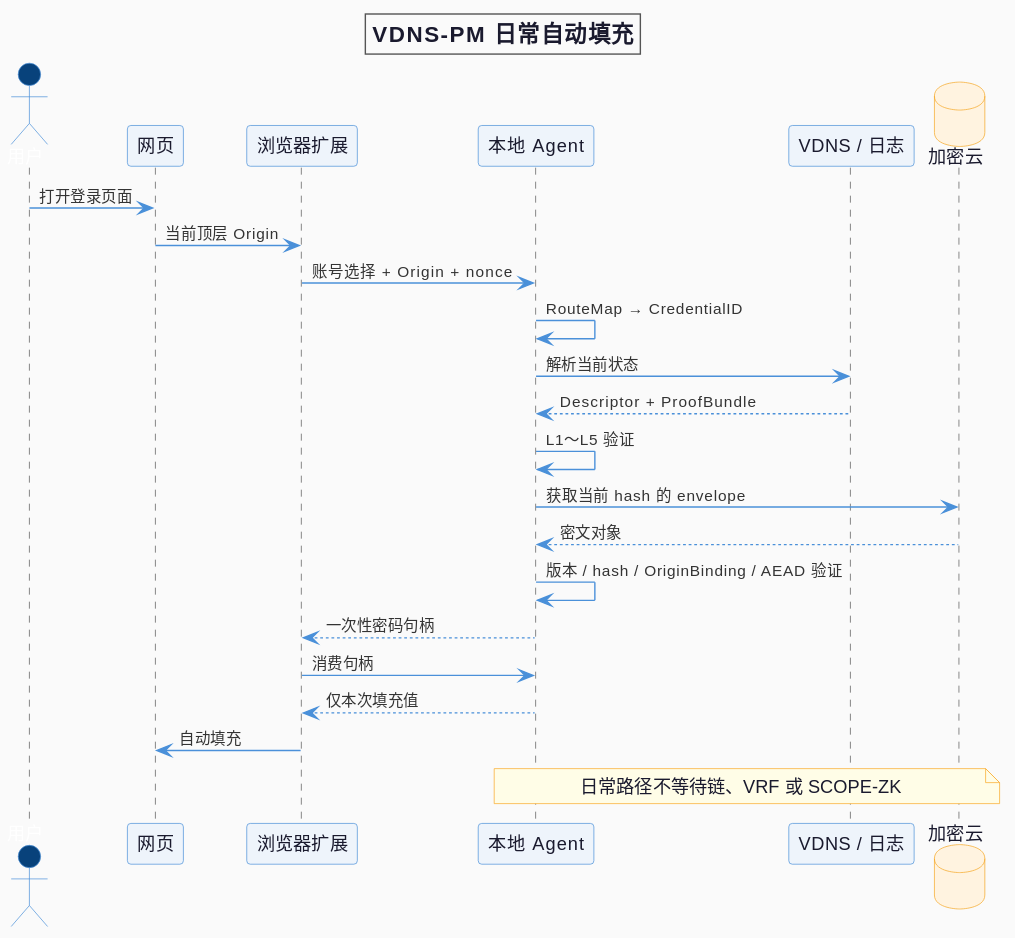
Above: docs/diagrams/autofill-sequence/rendered.svg in lwcyyk/biyesheji (PlantUML), before the change. Source of this version:
```plantuml
@startuml
<style>
root {
  FontName Arial
  FontSize 13
  BackgroundColor #FAFAFA
  LineColor #555555
}
title {
  FontSize 16
  FontStyle bold
  FontColor #1A1A2E
}
arrow {
  LineColor #4A90D9
  FontColor #333333
  FontSize 11
}
actor {
  BackGroundColor #08427B
  LineColor #4A90D9
  FontColor #FFFFFF
}
participant {
  BackGroundColor #EEF4FB
  LineColor #4A90D9
  FontColor #1A1A2E
}
database {
  BackGroundColor #FFF3E0
  LineColor #F5A623
  FontColor #1A1A2E
}
note {
  BackGroundColor #FFFDE7
  LineColor #F9A825
  FontColor #1A1A2E
}
</style>

title VDNS-PM 日常自动填充

actor 用户 as User
participant 网页 as Web
participant 浏览器扩展 as Extension
participant "本地 Agent" as Agent
participant "VDNS / 日志" as VDNS
database 加密云 as Cloud

User -> Web : 打开登录页面
Web -> Extension : 当前顶层 Origin
Extension -> Agent : 账号选择 + Origin + nonce
Agent -> Agent : RouteMap → CredentialID
Agent -> VDNS : 解析当前状态
VDNS --> Agent : Descriptor + ProofBundle
Agent -> Agent : L1～L5 验证
Agent -> Cloud : 获取当前 hash 的 envelope
Cloud --> Agent : 密文对象
Agent -> Agent : 版本 / hash / OriginBinding / AEAD 验证
Agent --> Extension : 一次性密码句柄
Extension -> Agent : 消费句柄
Agent --> Extension : 仅本次填充值
Extension -> Web : 自动填充

note over Agent,Cloud
  日常路径不等待链、VRF 或 SCOPE-ZK
end note
@enduml
```
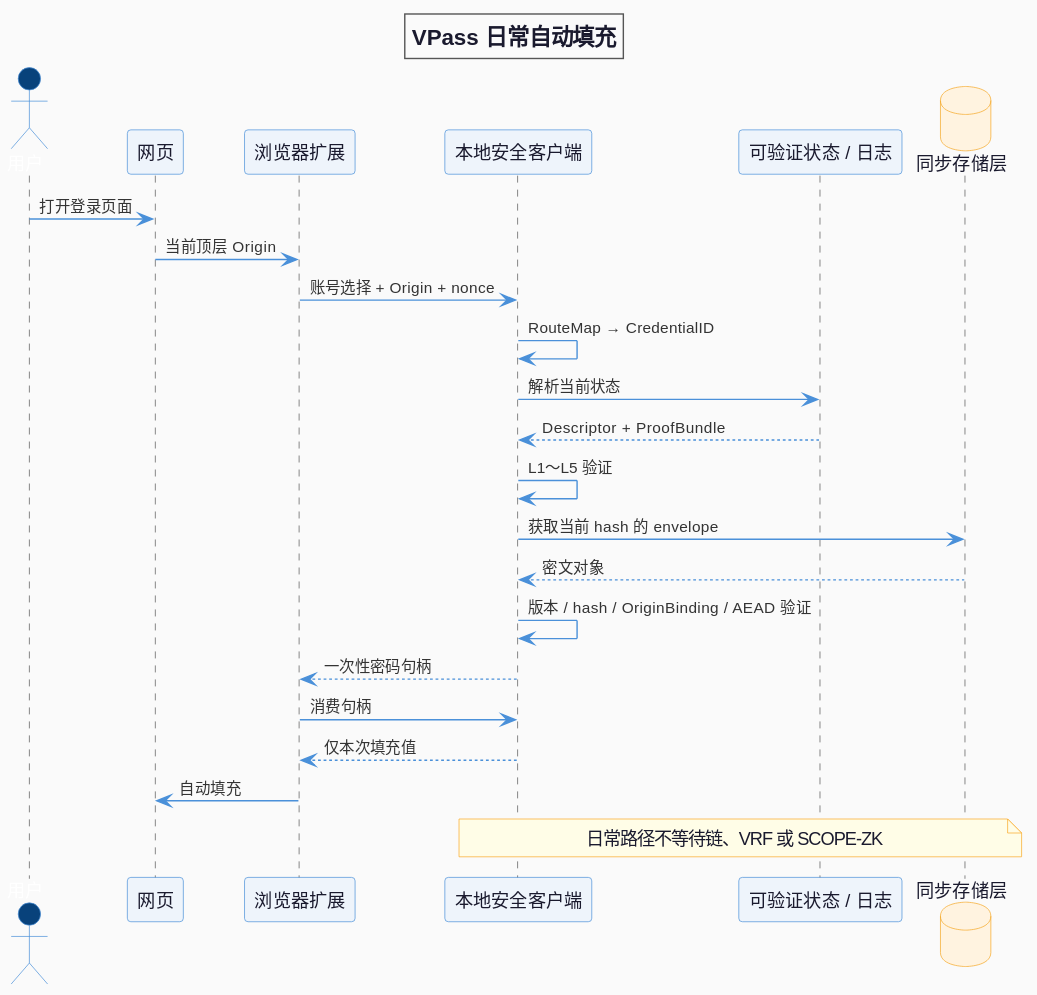
The same file after the commit.

Change to the diagram source:
```diff
@@ -38,31 +38,31 @@
 }
 </style>
 
-title VDNS-PM 日常自动填充
+title VPass 日常自动填充
 
 actor 用户 as User
 participant 网页 as Web
 participant 浏览器扩展 as Extension
-participant "本地 Agent" as Agent
-participant "VDNS / 日志" as VDNS
-database 加密云 as Cloud
+participant "本地安全客户端" as Client
+participant "可验证状态 / 日志" as State
+database 同步存储层 as Storage
 
 User -> Web : 打开登录页面
 Web -> Extension : 当前顶层 Origin
-Extension -> Agent : 账号选择 + Origin + nonce
-Agent -> Agent : RouteMap → CredentialID
-Agent -> VDNS : 解析当前状态
-VDNS --> Agent : Descriptor + ProofBundle
-Agent -> Agent : L1～L5 验证
-Agent -> Cloud : 获取当前 hash 的 envelope
-Cloud --> Agent : 密文对象
-Agent -> Agent : 版本 / hash / OriginBinding / AEAD 验证
-Agent --> Extension : 一次性密码句柄
-Extension -> Agent : 消费句柄
-Agent --> Extension : 仅本次填充值
+Extension -> Client : 账号选择 + Origin + nonce
+Client -> Client : RouteMap → CredentialID
+Client -> State : 解析当前状态
+State --> Client : Descriptor + ProofBundle
+Client -> Client : L1～L5 验证
+Client -> Storage : 获取当前 hash 的 envelope
+Storage --> Client : 密文对象
+Client -> Client : 版本 / hash / OriginBinding / AEAD 验证
+Client --> Extension : 一次性密码句柄
+Extension -> Client : 消费句柄
+Client --> Extension : 仅本次填充值
 Extension -> Web : 自动填充
 
-note over Agent,Cloud
+note over Client,Storage
   日常路径不等待链、VRF 或 SCOPE-ZK
 end note
 @enduml
```
